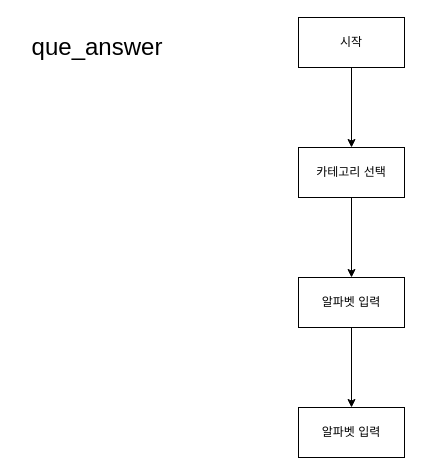
Above: Project/C_행맨 프로젝트/HangManDraw.drawio in springpoet/Big_data_study (draw.io), before the change. Source tidied: cells renumbered, new cells numbered last; positions are measured from the earlier drawing's top-left corner, leaving out a move shared by most shapes. Both pictures are drawn from the tidied source at 100%, with x=0, y=0 at pixel (17, 17).
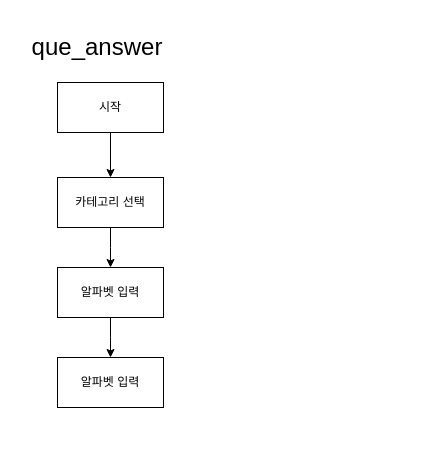
The same diagram, later.

Diff of the diagram source:
```diff
@@
 <mxGraphModel>
   <root>
     <mxCell id="0" />
     <mxCell id="1" parent="0" />
-    <mxCell id="2" style="edgeStyle=orthogonalEdgeStyle;rounded=0;jettySize=auto;html=1;fontSize=18;" parent="1" edge="1" source="3" target="6">
-      <mxGeometry relative="1" as="geometry" />
+    <mxCell id="2" style="edgeStyle=orthogonalEdgeStyle;rounded=0;jettySize=auto;html=1;fontSize=18;" parent="1" edge="1" source="3">
+      <mxGeometry relative="1" as="geometry">
+        <mxPoint x="93" y="160" as="targetPoint" />
+      </mxGeometry>
     </mxCell>
     <mxCell id="3" value="시작" style="rounded=0;whiteSpace=wrap;html=1;" parent="1" vertex="1">
-      <mxGeometry x="281" width="106" height="50" as="geometry" />
+      <mxGeometry x="40" y="65" width="106" height="50" as="geometry" />
     </mxCell>
     <mxCell id="4" value="&lt;span style=&quot;font-size: 24px;&quot;&gt;que_answer&lt;br&gt;&lt;/span&gt;" style="text;html=1;strokeColor=none;fillColor=none;align=center;verticalAlign=middle;whiteSpace=wrap;rounded=0;" parent="1" vertex="1">
       <mxGeometry y="10" width="160" height="40" as="geometry" />
     </mxCell>
-    <mxCell id="5" style="edgeStyle=orthogonalEdgeStyle;rounded=0;jettySize=auto;html=1;fontSize=18;" parent="1" edge="1" source="6" target="8">
-      <mxGeometry relative="1" as="geometry" />
+    <mxCell id="5" style="edgeStyle=orthogonalEdgeStyle;rounded=0;jettySize=auto;html=1;fontSize=18;" parent="1" edge="1" source="6">
+      <mxGeometry relative="1" as="geometry">
+        <mxPoint x="93" y="250" as="targetPoint" />
+      </mxGeometry>
     </mxCell>
     <mxCell id="6" value="카테고리 선택" style="rounded=0;whiteSpace=wrap;html=1;" parent="1" vertex="1">
-      <mxGeometry x="281" y="130" width="106" height="50" as="geometry" />
+      <mxGeometry x="40" y="160" width="106" height="50" as="geometry" />
     </mxCell>
-    <mxCell id="7" style="edgeStyle=orthogonalEdgeStyle;rounded=0;jettySize=auto;html=1;fontSize=18;" parent="1" edge="1" source="8" target="9">
-      <mxGeometry relative="1" as="geometry" />
+    <mxCell id="7" style="edgeStyle=orthogonalEdgeStyle;rounded=0;jettySize=auto;html=1;fontSize=18;" parent="1" edge="1" source="8">
+      <mxGeometry relative="1" as="geometry">
+        <mxPoint x="93" y="340" as="targetPoint" />
+      </mxGeometry>
     </mxCell>
     <mxCell id="8" value="알파벳 입력" style="rounded=0;whiteSpace=wrap;html=1;" parent="1" vertex="1">
-      <mxGeometry x="281" y="260" width="106" height="50" as="geometry" />
+      <mxGeometry x="40" y="250" width="106" height="50" as="geometry" />
     </mxCell>
     <mxCell id="9" value="알파벳 입력" style="rounded=0;whiteSpace=wrap;html=1;" parent="1" vertex="1">
-      <mxGeometry x="281" y="390" width="106" height="50" as="geometry" />
+      <mxGeometry x="40" y="340" width="106" height="50" as="geometry" />
     </mxCell>
   </root>
 </mxGraphModel>
```
